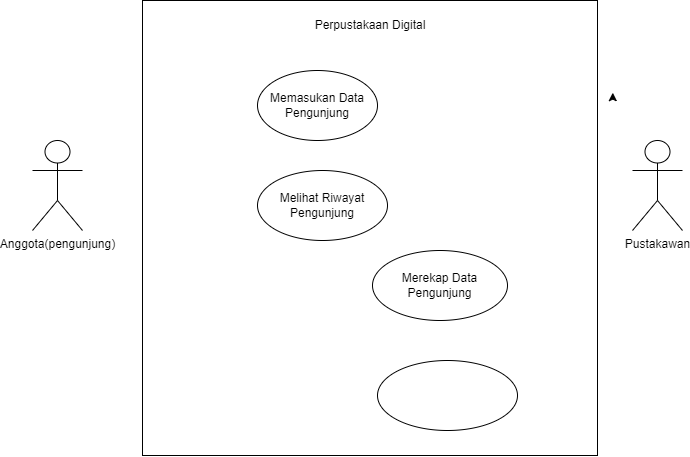
Earlier version of the draw.io export perpus-digital.drawio.png (apollopy-tech/perpus-digital). Source tidied: cells renumbered, new cells last; positions are measured from the earlier drawing's top-left corner, leaving out a move shared by most shapes.
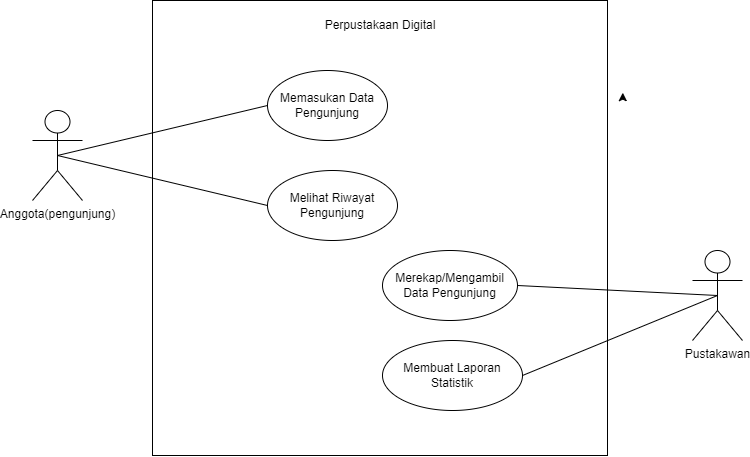
Later version of the same file.

Diff of the diagram source:
```diff
@@ -6,19 +6,19 @@
       <mxGeometry x="110" width="455" height="455" as="geometry" />
     </mxCell>
     <mxCell id="3" value="Anggota(pengunjung)" style="shape=umlActor;verticalLabelPosition=bottom;verticalAlign=top;html=1;outlineConnect=0;" parent="1" vertex="1">
-      <mxGeometry y="140" width="50" height="90" as="geometry" />
+      <mxGeometry x="-10" y="110" width="50" height="90" as="geometry" />
     </mxCell>
     <mxCell id="4" value="Melihat Riwayat Pengunjung" style="ellipse;whiteSpace=wrap;html=1;" parent="1" vertex="1">
       <mxGeometry x="225" y="170" width="130" height="70" as="geometry" />
     </mxCell>
-    <mxCell id="5" value="Merekap Data Pengunjung" style="ellipse;whiteSpace=wrap;html=1;" parent="1" vertex="1">
+    <mxCell id="5" value="Merekap/Mengambil Data Pengunjung" style="ellipse;whiteSpace=wrap;html=1;" parent="1" vertex="1">
       <mxGeometry x="340" y="250" width="135" height="70" as="geometry" />
     </mxCell>
     <mxCell id="6" value="Memasukan Data Pengunjung" style="ellipse;whiteSpace=wrap;html=1;" parent="1" vertex="1">
       <mxGeometry x="225" y="70" width="120" height="70" as="geometry" />
     </mxCell>
-    <mxCell id="7" style="ellipse;whiteSpace=wrap;html=1;" parent="1" vertex="1">
-      <mxGeometry x="345" y="360" width="140" height="70" as="geometry" />
+    <mxCell id="7" value="Membuat Laporan Statistik" style="ellipse;whiteSpace=wrap;html=1;" parent="1" vertex="1">
+      <mxGeometry x="340" y="340" width="140" height="70" as="geometry" />
     </mxCell>
     <mxCell id="8" style="edgeStyle=orthogonalEdgeStyle;rounded=0;orthogonalLoop=1;jettySize=auto;html=1;exitX=1;exitY=0.5;exitDx=0;exitDy=0;entryX=1;entryY=0;entryDx=0;entryDy=0;" parent="1" edge="1">
       <mxGeometry relative="1" as="geometry">
@@ -27,10 +27,22 @@
       </mxGeometry>
     </mxCell>
     <mxCell id="9" value="Pustakawan" style="shape=umlActor;verticalLabelPosition=bottom;verticalAlign=top;html=1;outlineConnect=0;" parent="1" vertex="1">
-      <mxGeometry x="600" y="140" width="50" height="90" as="geometry" />
+      <mxGeometry x="650" y="250" width="50" height="90" as="geometry" />
     </mxCell>
     <mxCell id="10" value="Perpustakaan Digital" style="text;html=1;strokeColor=none;fillColor=none;align=center;verticalAlign=middle;whiteSpace=wrap;rounded=0;" parent="1" vertex="1">
       <mxGeometry x="272.5" y="10" width="130" height="30" as="geometry" />
     </mxCell>
+    <mxCell id="11" style="endArrow=none;html=1;rounded=0;entryX=0;entryY=0.5;entryDx=0;entryDy=0;exitX=0.5;exitY=0.5;exitDx=0;exitDy=0;exitPerimeter=0;" parent="1" edge="1" source="3" target="6">
+      <mxGeometry relative="1" as="geometry" />
+    </mxCell>
+    <mxCell id="12" style="endArrow=none;html=1;rounded=0;entryX=0;entryY=0.5;entryDx=0;entryDy=0;exitX=0.5;exitY=0.5;exitDx=0;exitDy=0;exitPerimeter=0;" parent="1" edge="1" source="3" target="4">
+      <mxGeometry relative="1" as="geometry" />
+    </mxCell>
+    <mxCell id="13" style="endArrow=none;html=1;rounded=0;entryX=0.5;entryY=0.5;entryDx=0;entryDy=0;exitX=1;exitY=0.5;exitDx=0;exitDy=0;entryPerimeter=0;" parent="1" edge="1" source="5" target="9">
+      <mxGeometry relative="1" as="geometry" />
+    </mxCell>
+    <mxCell id="14" style="endArrow=none;html=1;rounded=0;entryX=0.5;entryY=0.5;entryDx=0;entryDy=0;entryPerimeter=0;exitX=1;exitY=0.5;exitDx=0;exitDy=0;" parent="1" edge="1" source="7" target="9">
+      <mxGeometry relative="1" as="geometry" />
+    </mxCell>
   </root>
 </mxGraphModel>
```
